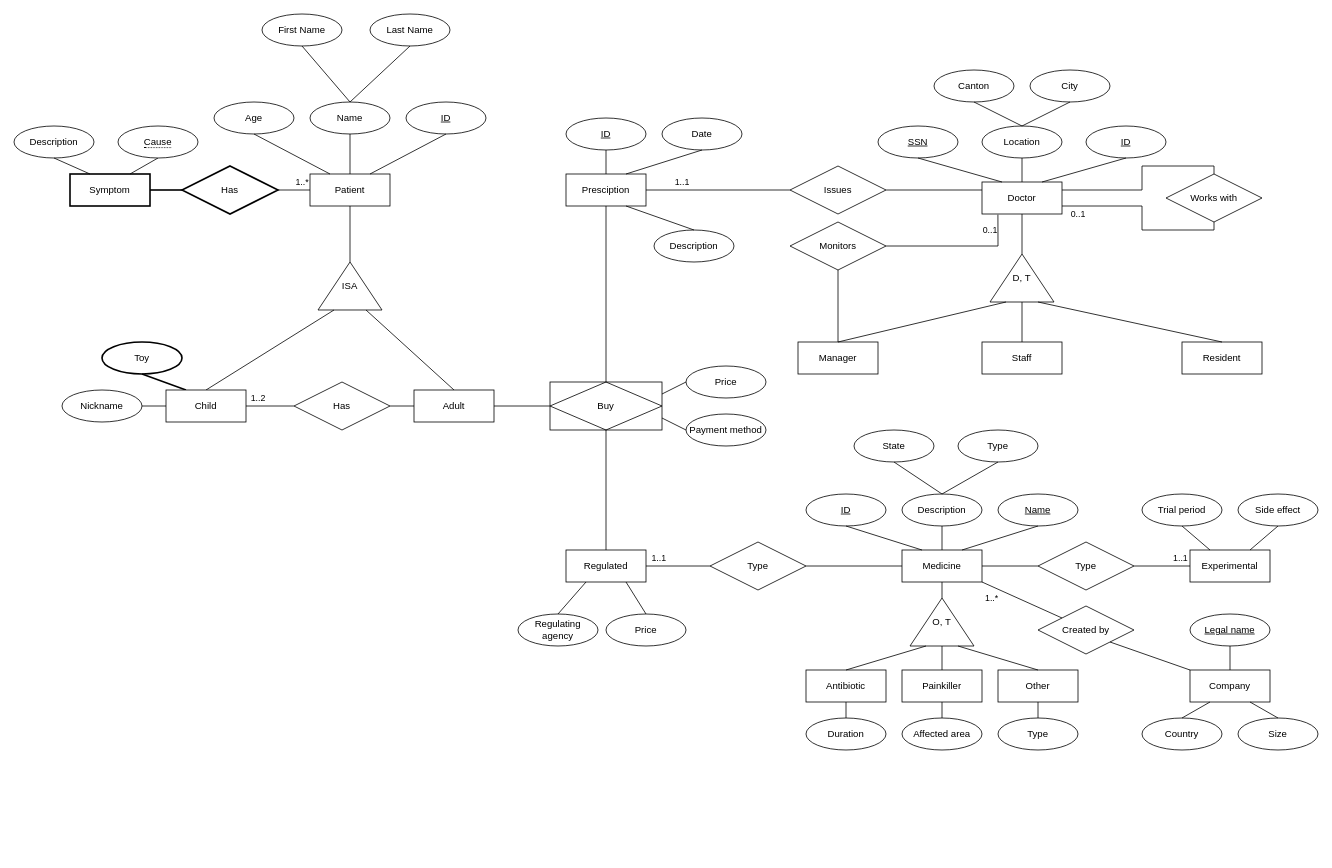
The draw.io diagram Untitled Diagram.drawio in karma-riuk/DM_Assignments, before the edit. Source tidied: cells renumbered, new cells numbered last; positions are measured from the earlier drawing's top-left corner, leaving out a move shared by most shapes. Both pictures are drawn from the tidied source at 80%, with x=0, y=0 at pixel (14, 14).
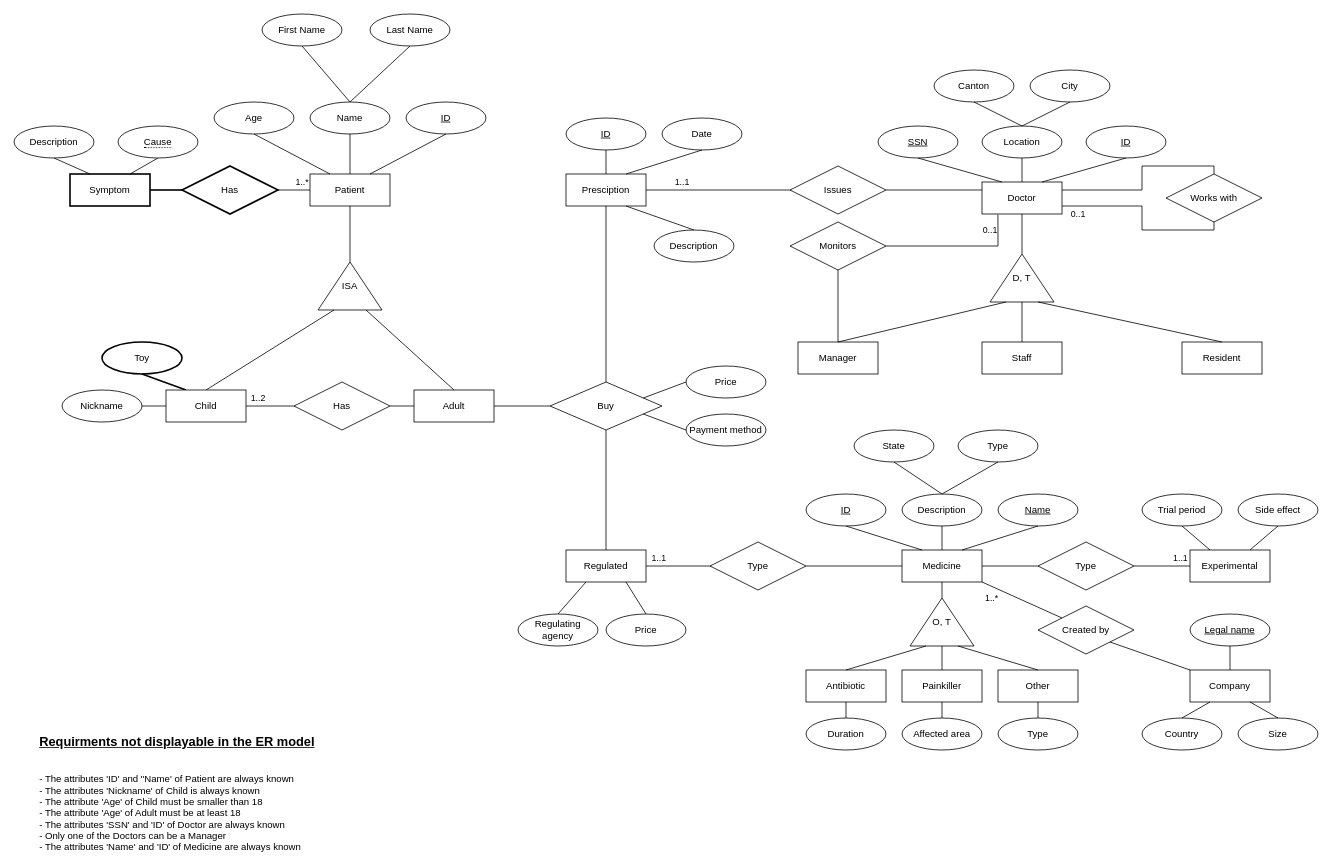
Above is the later version.

Commit message:
Added requirements that cannot be displayed in the ER Model

The edit, as a diff of the source:
```diff
@@
-    <mxCell id="119" value="Buy" style="shape=associativeEntity;whiteSpace=wrap;html=1;align=center;" parent="1" vertex="1">
+    <mxCell id="119" value="Buy" style="shape=rhombus;perimeter=rhombusPerimeter;whiteSpace=wrap;html=1;align=center;" parent="1" vertex="1">
       <mxGeometry x="670" y="460" width="140" height="60" as="geometry" />
     </mxCell>
@@
+    <mxCell id="135" value="&lt;b style=&quot;font-size: 16px&quot;&gt;&lt;u&gt;Requirments not displayable in the ER model&lt;br&gt;&lt;/u&gt;&lt;/b&gt;&lt;br&gt;&lt;br&gt;- The attributes 'ID' and &quot;Name' of Patient are always known&lt;br&gt;- The attributes 'Nickname' of Child is always known&lt;br&gt;- The attribute 'Age' of Child must be smaller than 18&lt;br&gt;- The attribute 'Age' of Adult must be at least 18&lt;br&gt;- The attributes 'SSN' and 'ID' of Doctor are always known&lt;br&gt;- Only one of the Doctors can be a Manager&lt;br&gt;- The attributes 'Name' and 'ID' of Medicine are always known&lt;br&gt;" style="text;html=1;align=left;verticalAlign=middle;fillColor=none;strokeColor=none;rounded=0;" parent="1" vertex="1">
+      <mxGeometry x="30" y="900" width="360" height="150" as="geometry" />
+    </mxCell>
```
